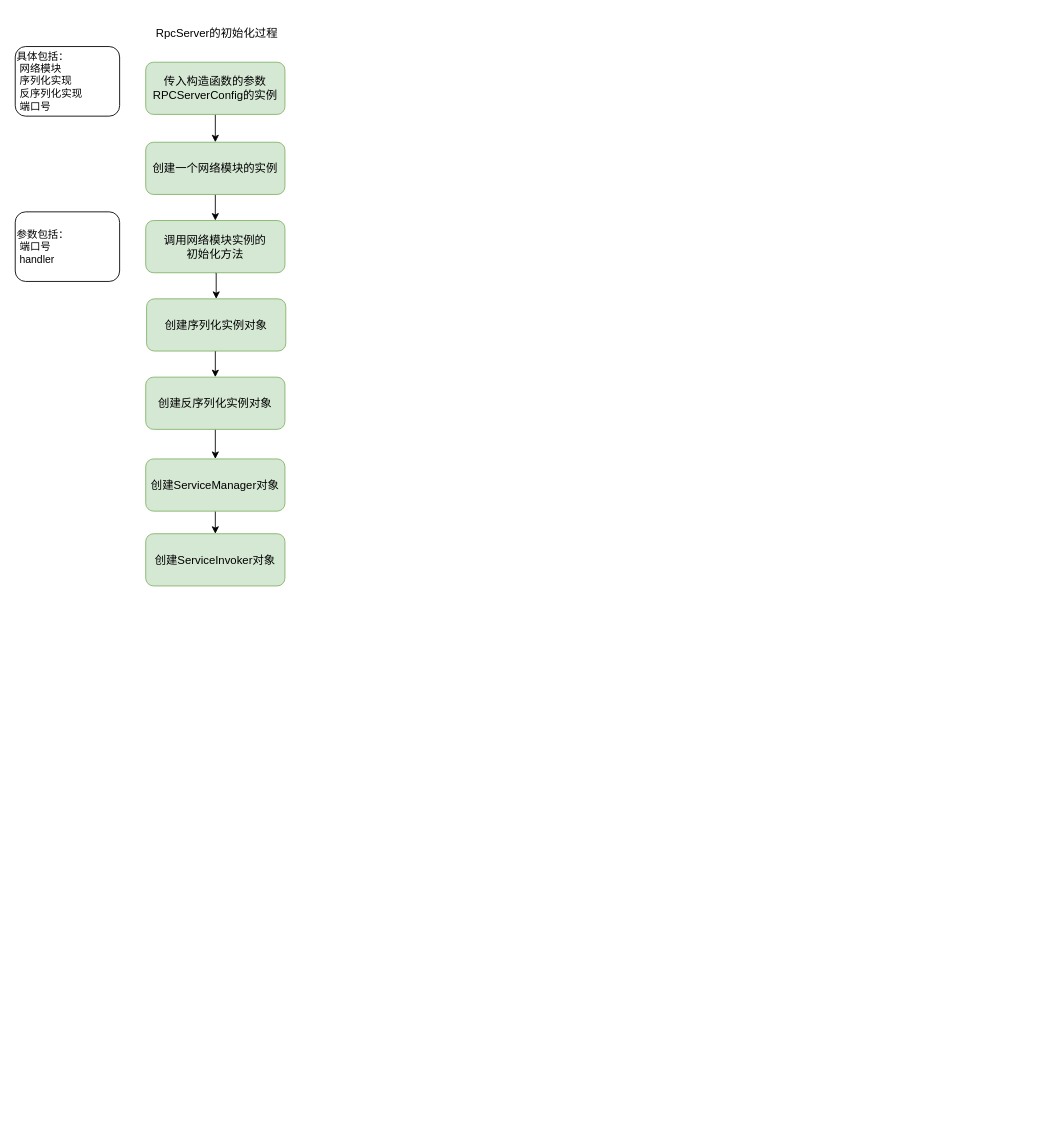
Before: page "TransportServer" (1 of 2) of RPC.drawio in HonyoLAN/telmy, a draw.io diagram. Source tidied: cells renumbered, new cells numbered last; positions are measured from the earlier drawing's top-left corner, leaving out a move shared by most shapes. Both pictures are drawn from the tidied source at 87%, with x=0, y=0 at pixel (15, 20).
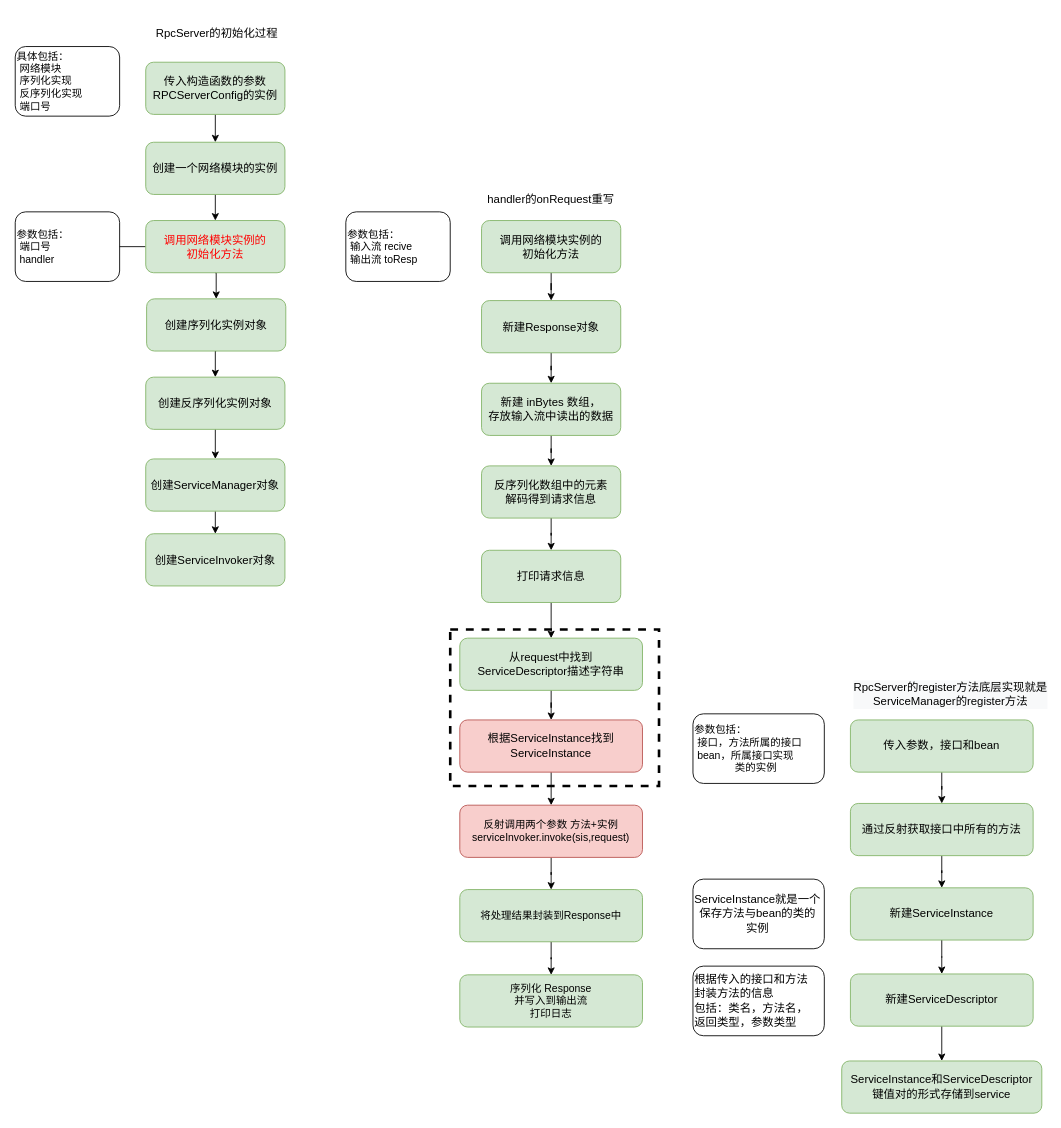
Above is the later version.

What changed in the source:
```diff
@@
+    <mxCell id="18" style="rounded=0;whiteSpace=wrap;html=1;labelBackgroundColor=none;fontColor=#000000;fillColor=none;dashed=1;strokeWidth=3;" parent="1" vertex="1">
+      <mxGeometry x="500" y="700" width="240" height="180" as="geometry" />
+    </mxCell>
@@
+    <mxCell id="19" style="edgeStyle=orthogonalEdgeStyle;rounded=0;jettySize=auto;html=1;fontColor=#000000;" parent="1" edge="1" source="9">
+      <mxGeometry relative="1" as="geometry">
+        <mxPoint x="50" y="260" as="targetPoint" />
+      </mxGeometry>
+    </mxCell>
-    <mxCell id="9" value="&lt;pre style=&quot;font-family: &amp;#34;jetbrains mono&amp;#34; ; font-size: 9.8pt&quot;&gt;调用网络模块实例的&lt;br/&gt;初始化方法&lt;/pre&gt;" style="rounded=1;whiteSpace=wrap;html=1;fillColor=#d5e8d4;strokeColor=#82b366;" parent="1" vertex="1">
+    <mxCell id="9" value="&lt;pre style=&quot;font-family: &amp;quot;jetbrains mono&amp;quot; ; font-size: 9.8pt&quot;&gt;调用网络模块实例的&lt;br&gt;初始化方法&lt;/pre&gt;" style="rounded=1;whiteSpace=wrap;html=1;fillColor=#d5e8d4;strokeColor=#82b366;fontColor=#FF0000;" parent="1" vertex="1">
       <mxGeometry x="150" y="230" width="160" height="60" as="geometry" />
     </mxCell>
@@
+    <mxCell id="20" style="edgeStyle=orthogonalEdgeStyle;rounded=0;jettySize=auto;html=1;fontColor=#000000;" parent="1" edge="1" source="21" target="25">
+      <mxGeometry relative="1" as="geometry" />
+    </mxCell>
+    <mxCell id="21" value="&lt;pre style=&quot;font-family: &amp;#34;jetbrains mono&amp;#34; ; font-size: 9.8pt&quot;&gt;调用网络模块实例的&lt;br/&gt;初始化方法&lt;/pre&gt;" style="rounded=1;whiteSpace=wrap;html=1;fillColor=#d5e8d4;strokeColor=#82b366;" parent="1" vertex="1">
+      <mxGeometry x="536" y="230" width="160" height="60" as="geometry" />
+    </mxCell>
+    <mxCell id="22" value="&lt;pre style=&quot;font-family: &amp;#34;jetbrains mono&amp;#34; ; font-size: 9.8pt&quot;&gt;handler的onRequest重写&lt;/pre&gt;" style="text;html=1;strokeColor=none;fillColor=none;align=center;verticalAlign=middle;whiteSpace=wrap;rounded=0;labelBackgroundColor=none;fontColor=#000000;" parent="1" vertex="1">
+      <mxGeometry x="536" y="190" width="160" height="30" as="geometry" />
+    </mxCell>
+    <mxCell id="23" value="参数包括：&lt;br&gt;&lt;span&gt; &lt;/span&gt;&lt;span style=&quot;white-space: pre&quot;&gt; &lt;/span&gt;输入流&amp;nbsp;recive&lt;br&gt;&lt;span&gt; &lt;/span&gt;&lt;span style=&quot;white-space: pre&quot;&gt; &lt;/span&gt;输出流&amp;nbsp;toResp" style="rounded=1;whiteSpace=wrap;html=1;labelBackgroundColor=none;fontColor=#000000;align=left;" parent="1" vertex="1">
+      <mxGeometry x="380" y="220" width="120" height="80" as="geometry" />
+    </mxCell>
+    <mxCell id="24" style="edgeStyle=orthogonalEdgeStyle;rounded=0;jettySize=auto;html=1;fontColor=#000000;" parent="1" edge="1" source="25" target="27">
+      <mxGeometry relative="1" as="geometry" />
+    </mxCell>
+    <mxCell id="25" value="&lt;pre style=&quot;font-family: &amp;#34;jetbrains mono&amp;#34; ; font-size: 9.8pt&quot;&gt;新建Response对象&lt;/pre&gt;" style="rounded=1;whiteSpace=wrap;html=1;fillColor=#d5e8d4;strokeColor=#82b366;" parent="1" vertex="1">
+      <mxGeometry x="536" y="322" width="160" height="60" as="geometry" />
+    </mxCell>
+    <mxCell id="26" style="edgeStyle=orthogonalEdgeStyle;rounded=0;jettySize=auto;html=1;fontColor=#000000;" parent="1" edge="1" source="27" target="29">
+      <mxGeometry relative="1" as="geometry" />
+    </mxCell>
+    <mxCell id="27" value="&lt;pre style=&quot;font-family: &amp;#34;jetbrains mono&amp;#34; ; font-size: 9.8pt&quot;&gt;新建 inBytes 数组，&lt;br/&gt;存放输入流中读出的数据&lt;/pre&gt;" style="rounded=1;whiteSpace=wrap;html=1;fillColor=#d5e8d4;strokeColor=#82b366;" parent="1" vertex="1">
+      <mxGeometry x="536" y="417" width="160" height="60" as="geometry" />
+    </mxCell>
+    <mxCell id="28" style="edgeStyle=orthogonalEdgeStyle;rounded=0;jettySize=auto;html=1;fontColor=#000000;" parent="1" edge="1" source="29" target="31">
+      <mxGeometry relative="1" as="geometry" />
+    </mxCell>
+    <mxCell id="29" value="&lt;pre style=&quot;font-family: &amp;#34;jetbrains mono&amp;#34; ; font-size: 9.8pt&quot;&gt;反序列化数组中的元素&lt;br/&gt;解码得到请求信息&lt;/pre&gt;" style="rounded=1;whiteSpace=wrap;html=1;fillColor=#d5e8d4;strokeColor=#82b366;" parent="1" vertex="1">
+      <mxGeometry x="536" y="512" width="160" height="60" as="geometry" />
+    </mxCell>
+    <mxCell id="30" style="edgeStyle=orthogonalEdgeStyle;rounded=0;jettySize=auto;html=1;fontColor=#000000;" parent="1" edge="1" source="31" target="33">
+      <mxGeometry relative="1" as="geometry" />
+    </mxCell>
+    <mxCell id="31" value="&lt;pre style=&quot;font-family: &amp;#34;jetbrains mono&amp;#34; ; font-size: 9.8pt&quot;&gt;打印请求信息&lt;/pre&gt;" style="rounded=1;whiteSpace=wrap;html=1;fillColor=#d5e8d4;strokeColor=#82b366;" parent="1" vertex="1">
+      <mxGeometry x="536" y="609" width="160" height="60" as="geometry" />
+    </mxCell>
+    <mxCell id="32" style="edgeStyle=orthogonalEdgeStyle;rounded=0;jettySize=auto;html=1;fontColor=#000000;" parent="1" edge="1" source="33" target="35">
+      <mxGeometry relative="1" as="geometry" />
+    </mxCell>
+    <mxCell id="33" value="&lt;pre style=&quot;font-family: &amp;#34;jetbrains mono&amp;#34; ; font-size: 9.8pt&quot;&gt;从request中找到&lt;br/&gt;ServiceDescriptor描述字符串&lt;br/&gt;&lt;/pre&gt;" style="rounded=1;whiteSpace=wrap;html=1;fillColor=#d5e8d4;strokeColor=#82b366;" parent="1" vertex="1">
+      <mxGeometry x="511" y="710" width="210" height="60" as="geometry" />
+    </mxCell>
+    <mxCell id="34" style="edgeStyle=orthogonalEdgeStyle;rounded=0;jettySize=auto;html=1;exitX=0.5;exitY=1;exitDx=0;exitDy=0;entryX=0.5;entryY=0;entryDx=0;entryDy=0;fontColor=#000000;" parent="1" edge="1" source="35" target="37">
+      <mxGeometry relative="1" as="geometry" />
+    </mxCell>
+    <mxCell id="35" value="&lt;pre&gt;&lt;font face=&quot;jetbrains mono&quot;&gt;&lt;span style=&quot;font-size: 13.0667px&quot;&gt;根据ServiceInstance找到&lt;br/&gt;&lt;/span&gt;&lt;span style=&quot;font-size: 13.0667px&quot;&gt;ServiceInstance&lt;/span&gt;&lt;span style=&quot;font-size: 9.8pt&quot;&gt;&lt;br&gt;&lt;/span&gt;&lt;/font&gt;&lt;/pre&gt;" style="rounded=1;whiteSpace=wrap;html=1;fillColor=#f8cecc;strokeColor=#b85450;" parent="1" vertex="1">
+      <mxGeometry x="511" y="804" width="210" height="60" as="geometry" />
+    </mxCell>
+    <mxCell id="36" style="edgeStyle=orthogonalEdgeStyle;rounded=0;jettySize=auto;html=1;fontColor=#000000;" parent="1" edge="1" source="37" target="39">
+      <mxGeometry relative="1" as="geometry" />
+    </mxCell>
+    <mxCell id="37" value="反射调用两个参数 方法+实例&lt;br&gt;serviceInvoker.invoke(sis,request)" style="rounded=1;whiteSpace=wrap;html=1;labelBackgroundColor=none;strokeWidth=1;fillColor=#f8cecc;strokeColor=#b85450;" parent="1" vertex="1">
+      <mxGeometry x="511" y="902" width="210" height="60" as="geometry" />
+    </mxCell>
+    <mxCell id="38" style="edgeStyle=orthogonalEdgeStyle;rounded=0;jettySize=auto;html=1;fontColor=#000000;" parent="1" edge="1" source="39" target="40">
+      <mxGeometry relative="1" as="geometry" />
+    </mxCell>
+    <mxCell id="39" value="将处理结果封装到Response中" style="rounded=1;whiteSpace=wrap;html=1;labelBackgroundColor=none;strokeWidth=1;fillColor=#d5e8d4;strokeColor=#82b366;" parent="1" vertex="1">
+      <mxGeometry x="511" y="999" width="210" height="60" as="geometry" />
+    </mxCell>
+    <mxCell id="40" value="序列化 Response&lt;br&gt;并写入到输出流&lt;br&gt;打印日志" style="rounded=1;whiteSpace=wrap;html=1;labelBackgroundColor=none;strokeWidth=1;fillColor=#d5e8d4;strokeColor=#82b366;" parent="1" vertex="1">
+      <mxGeometry x="511" y="1097" width="210" height="60" as="geometry" />
+    </mxCell>
+    <mxCell id="41" style="edgeStyle=orthogonalEdgeStyle;rounded=0;jettySize=auto;html=1;fontColor=#000000;" parent="1" edge="1" source="42" target="45">
+      <mxGeometry relative="1" as="geometry" />
+    </mxCell>
+    <mxCell id="42" value="&lt;pre&gt;&lt;font face=&quot;jetbrains mono&quot;&gt;&lt;span style=&quot;font-size: 13.0667px&quot;&gt;传入参数，接口和bean&lt;/span&gt;&lt;/font&gt;&lt;/pre&gt;" style="rounded=1;whiteSpace=wrap;html=1;fillColor=#d5e8d4;strokeColor=#82b366;" parent="1" vertex="1">
+      <mxGeometry x="960" y="804" width="210" height="60" as="geometry" />
+    </mxCell>
+    <mxCell id="43" value="&lt;pre style=&quot;text-align: center ; text-indent: 0px ; background-color: rgb(248 , 249 , 250)&quot;&gt;&lt;font face=&quot;jetbrains mono&quot;&gt;&lt;span style=&quot;font-size: 13.0667px&quot;&gt;RpcServer的register方法底层实现就是&lt;br/&gt;ServiceManager的register方法&lt;/span&gt;&lt;/font&gt;&lt;/pre&gt;" style="text;whiteSpace=wrap;html=1;fontColor=#000000;" parent="1" vertex="1">
+      <mxGeometry x="962" y="740" width="210" height="46" as="geometry" />
+    </mxCell>
+    <mxCell id="44" style="edgeStyle=orthogonalEdgeStyle;rounded=0;jettySize=auto;html=1;fontColor=#000000;" parent="1" edge="1" source="45" target="47">
+      <mxGeometry relative="1" as="geometry" />
+    </mxCell>
+    <mxCell id="45" value="&lt;pre&gt;&lt;font face=&quot;jetbrains mono&quot;&gt;&lt;span style=&quot;font-size: 13.0667px&quot;&gt;通过反射获取接口中所有的方法&lt;/span&gt;&lt;/font&gt;&lt;/pre&gt;" style="rounded=1;whiteSpace=wrap;html=1;fillColor=#d5e8d4;strokeColor=#82b366;" parent="1" vertex="1">
+      <mxGeometry x="960" y="900" width="210" height="60" as="geometry" />
+    </mxCell>
+    <mxCell id="46" style="edgeStyle=orthogonalEdgeStyle;rounded=0;jettySize=auto;html=1;fontColor=#000000;" parent="1" edge="1" source="47" target="49">
+      <mxGeometry relative="1" as="geometry" />
+    </mxCell>
+    <mxCell id="47" value="&lt;pre&gt;&lt;font face=&quot;jetbrains mono&quot;&gt;&lt;span style=&quot;font-size: 13.0667px&quot;&gt;新建ServiceInstance&lt;/span&gt;&lt;/font&gt;&lt;br&gt;&lt;/pre&gt;" style="rounded=1;whiteSpace=wrap;html=1;fillColor=#d5e8d4;strokeColor=#82b366;" parent="1" vertex="1">
+      <mxGeometry x="960" y="997" width="210" height="60" as="geometry" />
+    </mxCell>
+    <mxCell id="48" style="edgeStyle=orthogonalEdgeStyle;rounded=0;jettySize=auto;html=1;fontColor=#000000;" parent="1" edge="1" source="49" target="50">
+      <mxGeometry relative="1" as="geometry" />
+    </mxCell>
+    <mxCell id="49" value="&lt;pre&gt;&lt;font face=&quot;jetbrains mono&quot;&gt;&lt;span style=&quot;font-size: 13.0667px&quot;&gt;新建ServiceDescriptor&lt;/span&gt;&lt;/font&gt;&lt;br&gt;&lt;/pre&gt;" style="rounded=1;whiteSpace=wrap;html=1;fillColor=#d5e8d4;strokeColor=#82b366;" parent="1" vertex="1">
+      <mxGeometry x="960" y="1096" width="210" height="60" as="geometry" />
+    </mxCell>
+    <mxCell id="50" value="&lt;pre&gt;&lt;font face=&quot;jetbrains mono&quot;&gt;&lt;span style=&quot;font-size: 13.0667px&quot;&gt;ServiceInstance和ServiceDescriptor&lt;br/&gt;键值对的形式存储到service&lt;/span&gt;&lt;/font&gt;&lt;br&gt;&lt;/pre&gt;" style="rounded=1;whiteSpace=wrap;html=1;fillColor=#d5e8d4;strokeColor=#82b366;" parent="1" vertex="1">
+      <mxGeometry x="950" y="1196" width="230" height="60" as="geometry" />
+    </mxCell>
+    <mxCell id="51" value="参数包括：&lt;br&gt;&lt;span&gt; &lt;/span&gt;&lt;span style=&quot;white-space: pre&quot;&gt; &lt;/span&gt;接口，方法所属的接口&lt;br&gt;&lt;span&gt; &lt;/span&gt;&lt;span style=&quot;white-space: pre&quot;&gt; &lt;/span&gt;bean，所属接口实现&amp;nbsp; &amp;nbsp; &amp;nbsp; &amp;nbsp; &amp;nbsp; &amp;nbsp; &amp;nbsp; &amp;nbsp; &amp;nbsp; &amp;nbsp; &amp;nbsp; &amp;nbsp; 类的实例" style="rounded=1;whiteSpace=wrap;html=1;labelBackgroundColor=none;fontColor=#000000;align=left;" parent="1" vertex="1">
+      <mxGeometry x="779" y="797" width="151" height="80" as="geometry" />
+    </mxCell>
+    <mxCell id="52" value="&lt;pre style=&quot;text-align: center&quot;&gt;&lt;font face=&quot;jetbrains mono&quot;&gt;&lt;span style=&quot;font-size: 13.0667px&quot;&gt;ServiceInstance就是一个&lt;br/&gt;保存方法与bean的类的&lt;br/&gt;实例&lt;/span&gt;&lt;/font&gt;&lt;/pre&gt;" style="rounded=1;whiteSpace=wrap;html=1;labelBackgroundColor=none;fontColor=#000000;align=left;" parent="1" vertex="1">
+      <mxGeometry x="779" y="987" width="151" height="80" as="geometry" />
+    </mxCell>
+    <mxCell id="53" value="&lt;pre&gt;&lt;font face=&quot;jetbrains mono&quot;&gt;&lt;span style=&quot;font-size: 13.0667px&quot;&gt;根据传入的接口和方法&lt;br&gt;封装方法的信息&lt;br/&gt;包括：类名，方法名，&lt;br/&gt;返回类型，参数类型&lt;/span&gt;&lt;/font&gt;&lt;/pre&gt;" style="rounded=1;whiteSpace=wrap;html=1;labelBackgroundColor=none;fontColor=#000000;align=left;" parent="1" vertex="1">
+      <mxGeometry x="779" y="1087" width="151" height="80" as="geometry" />
+    </mxCell>
```
